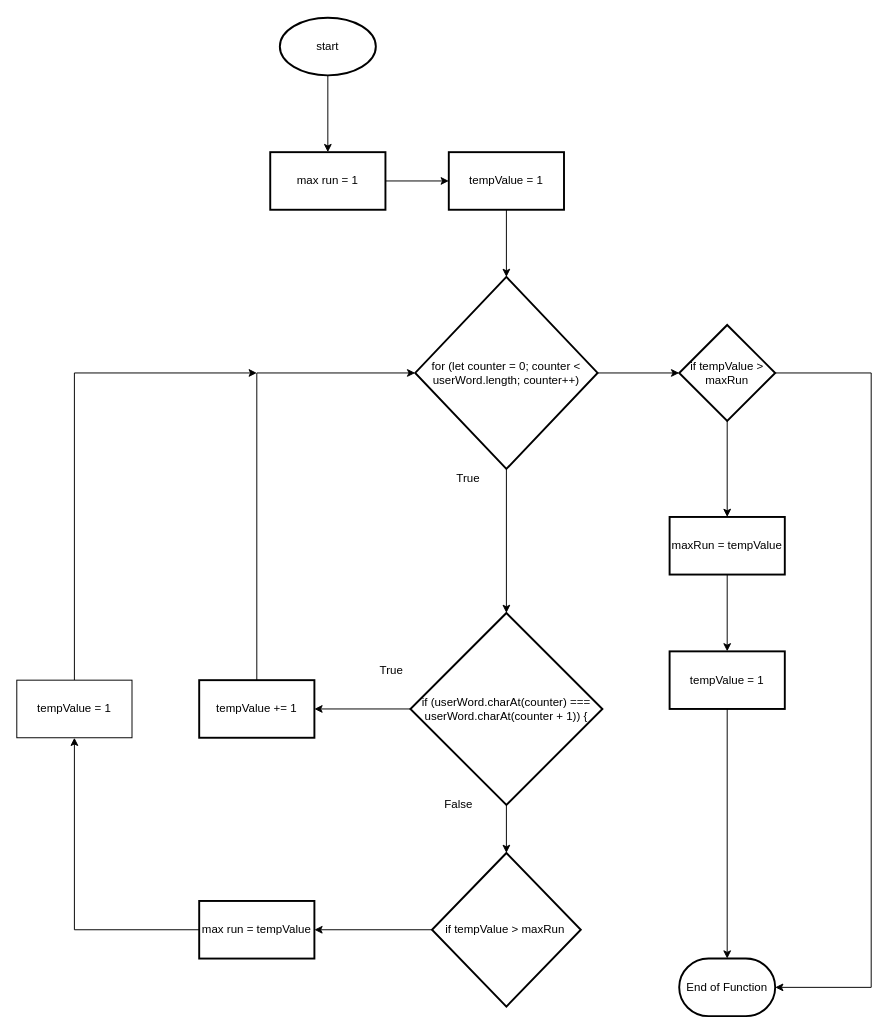
Above: design/flowchart.drawio in Ethan-Prieur1/ics4u-assignment2-typescript (draw.io), before the change. Source tidied: cells renumbered, new cells numbered last; positions are measured from the earlier drawing's top-left corner, leaving out a move shared by most shapes. Both pictures are drawn from the tidied source at 96%, with x=0, y=0 at pixel (16, 17).
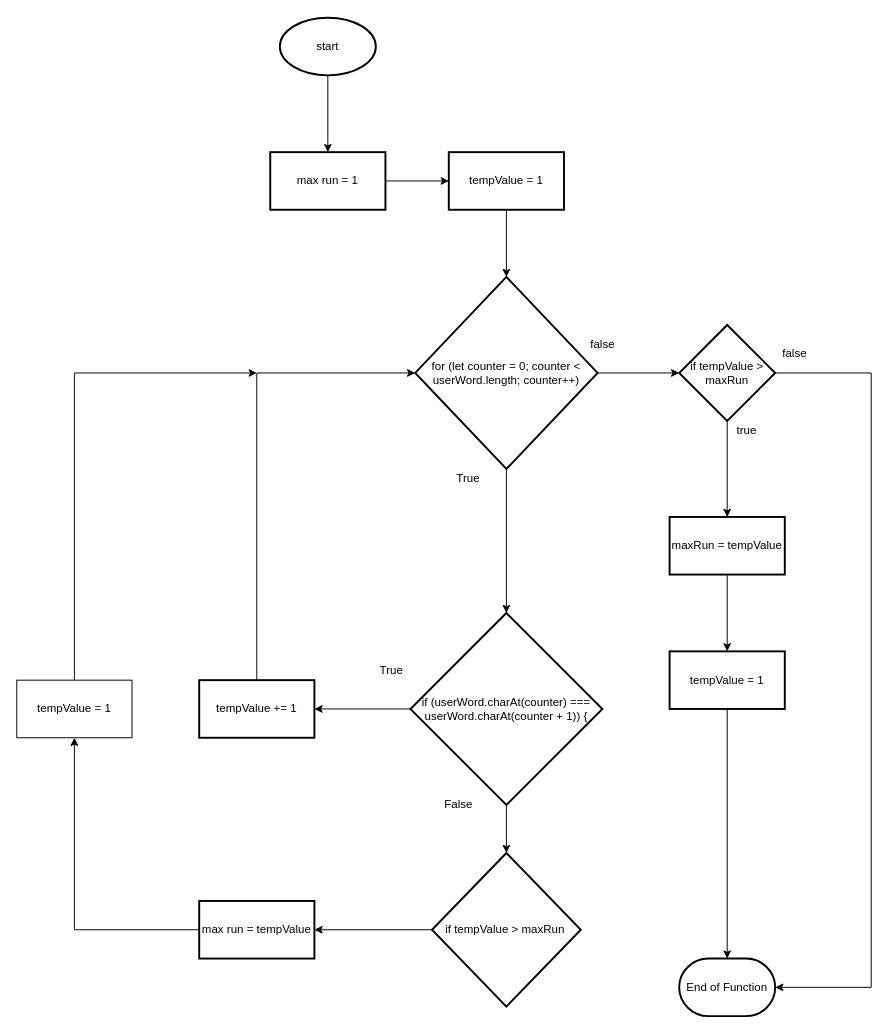
After the change.

The edit, as a diff of the source:
```diff
@@
+    <mxCell id="33" value="false" style="text;html=1;align=center;verticalAlign=middle;strokeColor=none;fillColor=none;" parent="1" vertex="1">
+      <mxGeometry x="590" y="330" width="40" height="20" as="geometry" />
+    </mxCell>
+    <mxCell id="34" value="true" style="text;html=1;align=center;verticalAlign=middle;strokeColor=none;fillColor=none;" parent="1" vertex="1">
+      <mxGeometry x="740" y="420" width="40" height="20" as="geometry" />
+    </mxCell>
+    <mxCell id="35" value="false" style="text;html=1;align=center;verticalAlign=middle;strokeColor=none;fillColor=none;" parent="1" vertex="1">
+      <mxGeometry x="790" y="340" width="40" height="20" as="geometry" />
+    </mxCell>
```
